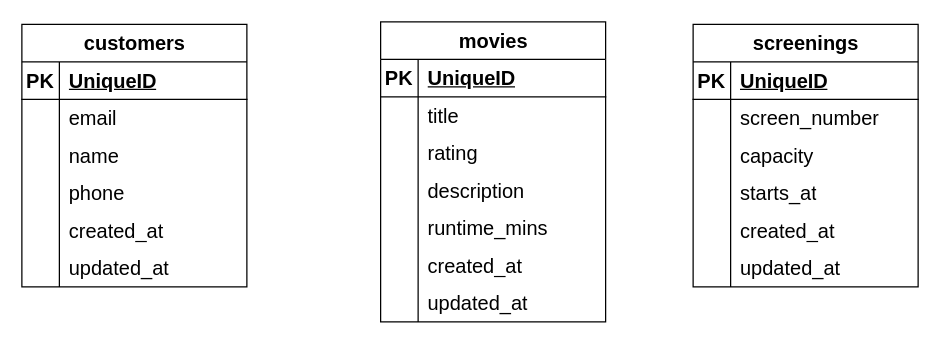
Above: CinemaChallenge.drawio in boolean-uk/csharp-api-cinema-challenge (draw.io), before the change. Source tidied: cells renumbered, new cells numbered last; positions are measured from the earlier drawing's top-left corner, leaving out a move shared by most shapes. Both pictures are drawn from the tidied source at 125%, with x=0, y=0 at pixel (21, 21).
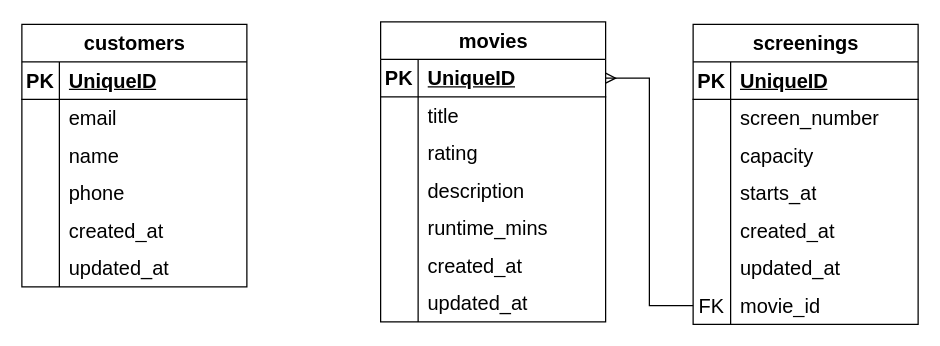
After the change.

Commit message (it also covers changes not shown here):
altered cinema draw io

Unchanged cells that the change refers to:
```xml
<mxCell id="22" style="shape=tableRow;horizontal=0;startSize=0;swimlaneHead=0;swimlaneBody=0;fillColor=none;points=[[0,0.5],[1,0.5]];portConstraint=eastwest;top=0;left=0;right=0;bottom=1;fontSize=16;" parent="21" vertex="1">
  <mxGeometry y="30" width="180" height="30" as="geometry" />
</mxCell>
```

Diff of the diagram source:
```diff
@@
     <mxCell id="43" value="screenings" style="shape=table;startSize=30;childLayout=tableLayout;rowLines=0;fontStyle=1;align=center;html=1;fontSize=16;" parent="1" vertex="1">
-      <mxGeometry x="537" y="2" width="180" height="210" as="geometry" />
+      <mxGeometry x="537" y="2" width="180" height="240" as="geometry" />
     </mxCell>
@@
+    <mxCell id="62" style="shape=tableRow;horizontal=0;startSize=0;swimlaneHead=0;swimlaneBody=0;fillColor=none;points=[[0,0.5],[1,0.5]];portConstraint=eastwest;top=0;left=0;right=0;bottom=0;fontSize=16;" parent="43" vertex="1">
+      <mxGeometry y="210" width="180" height="30" as="geometry" />
+    </mxCell>
+    <mxCell id="63" value="FK" style="shape=partialRectangle;fillColor=none;top=0;left=0;bottom=0;right=0;overflow=hidden;whiteSpace=wrap;html=1;fontSize=16;" parent="62" vertex="1">
+      <mxGeometry width="30" height="30" as="geometry" />
+    </mxCell>
+    <mxCell id="64" value="movie_id" style="shape=partialRectangle;fillColor=none;top=0;left=0;bottom=0;right=0;align=left;spacingLeft=6;overflow=hidden;whiteSpace=wrap;html=1;fontSize=16;" parent="62" vertex="1">
+      <mxGeometry x="30" width="150" height="30" as="geometry" />
+    </mxCell>
+    <mxCell id="65" style="edgeStyle=orthogonalEdgeStyle;rounded=0;jettySize=auto;html=1;endArrow=ERmany;endFill=0;" parent="1" edge="1" source="62" target="22">
+      <mxGeometry relative="1" as="geometry" />
+    </mxCell>
```
